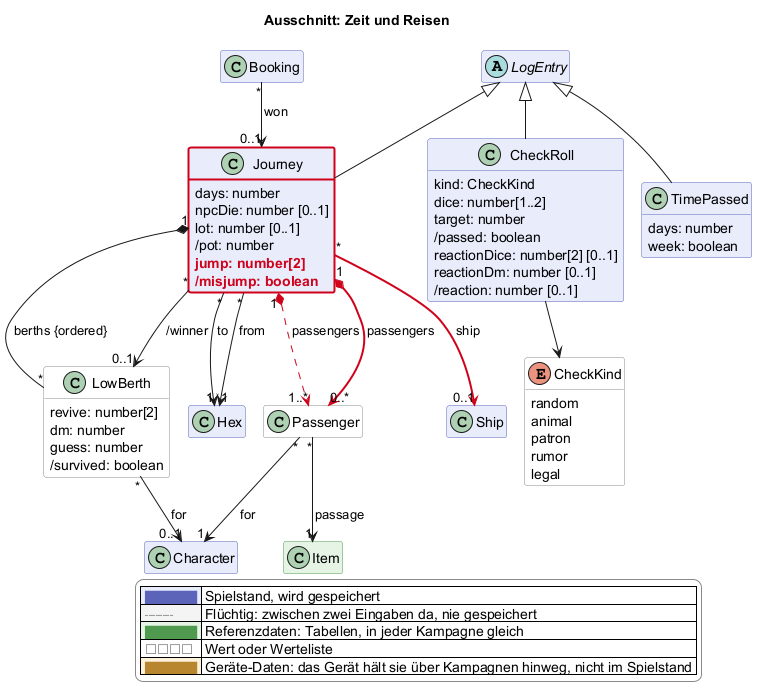
Earlier version of the PlantUML export docs/views/reise.png (scuzzar/SRE).
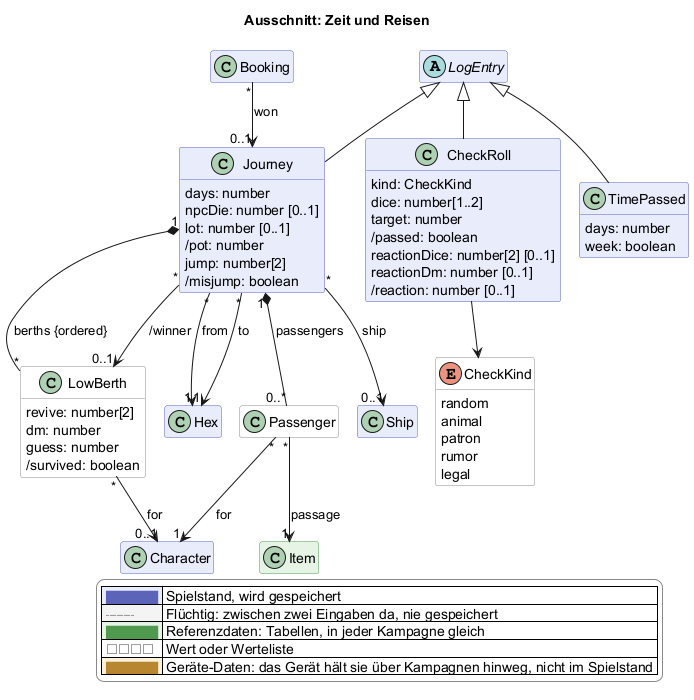
The same diagram one commit later.

What changed in the source:
```diff
@@ -104,8 +104,8 @@
     npcDie: number [0..1]
     lot: number [0..1]
     /pot: number
-    $new("2026-11-16d", "jump: number[2]")
-    $new("2026-11-16d", "/misjump: boolean")
+    jump: number[2]
+    /misjump: boolean
   }
   class Passenger <<value>> $reise {
   }
@@ -127,14 +127,13 @@
 LogEntry <|-- Journey
 Journey "*" --> "1" Hex : from
 Journey "*" --> "1" Hex : to
-Journey "1" *-$goneArrow("2026-11-16d")-> "1..*" Passenger : passengers
-Journey "1" *-$newArrow("2026-11-16d")-> "0..*" Passenger : passengers
+Journey "1" *-- "0..*" Passenger : passengers
 Passenger "*" --> "1" Character : for
 Passenger "*" --> "1" Item : passage
 Journey "1" *-- "*" LowBerth : berths {ordered}
 LowBerth "*" --> "0..1" Character : for
 Journey "*" --> "0..1" LowBerth : /winner
-Journey "*" -$newArrow("2026-11-16d")-> "0..1" Ship : ship
+Journey "*" --> "0..1" Ship : ship
 Booking "*" --> "0..1" Journey : won
 
 
@@ -155,5 +154,4 @@
   |<#ffffff> <color:#8a8a8a>□□□□</color> | Wert oder Werteliste |
   |<#fdf1dc> <color:#b8862e>████</color> | Geräte-Daten: das Gerät hält sie über Kampagnen hinweg, nicht im Spielstand |
 endlegend
-class Journey #line:d0021b;line.bold
 @enduml
```
